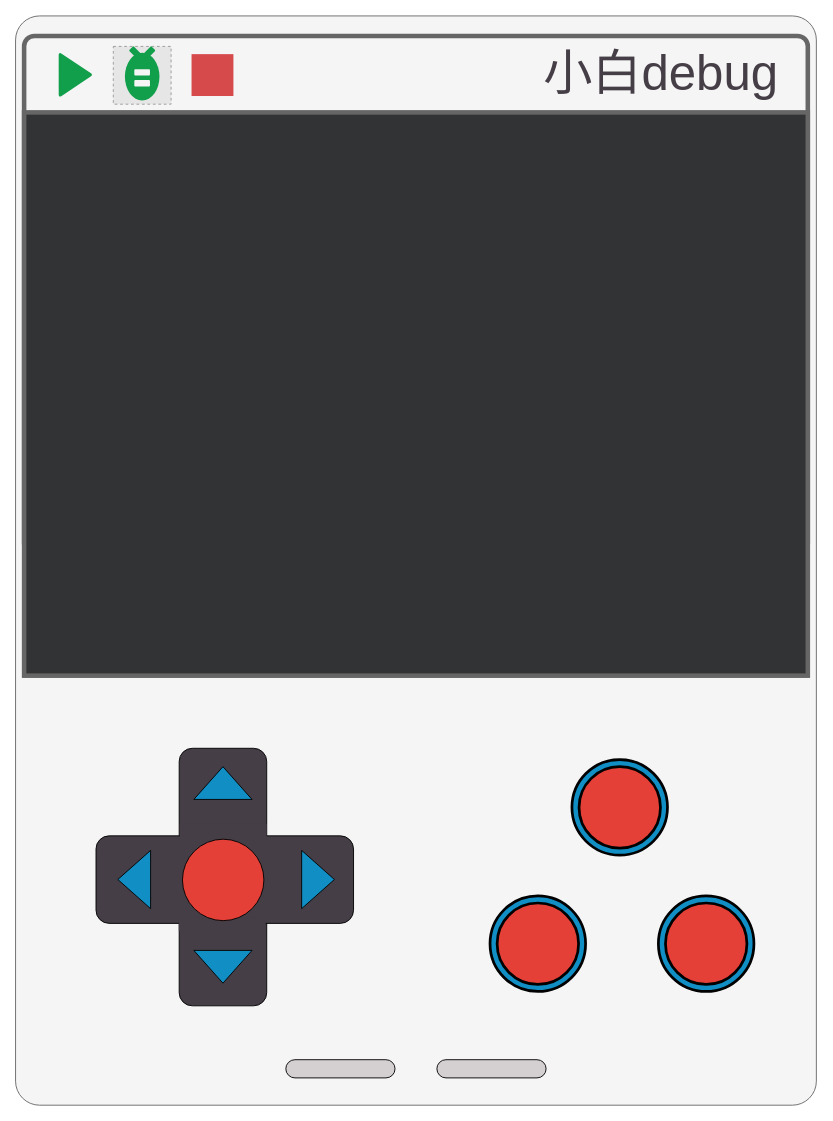
This is network/视频窗口-游戏机.drawio from xiaobaiTech/image, a draw.io file, before an edit. Source tidied: cells renumbered, new cells numbered last; positions are measured from the earlier drawing's top-left corner, leaving out a move shared by most shapes. Both pictures are drawn from the tidied source at 91%, with x=0, y=0 at pixel (15, 15). Pictures stored in the file or linked from it are replaced by grey dashed boxes.
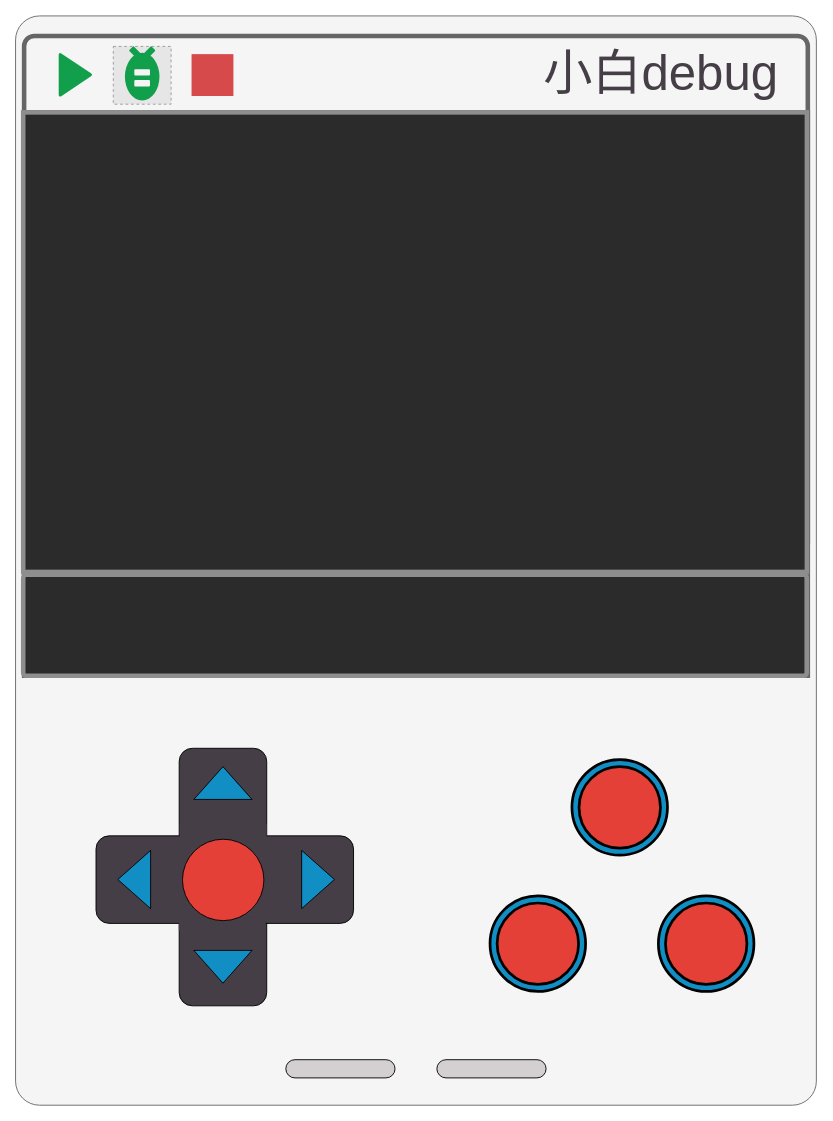
The same page after the edit.

Commit message:
更新视频窗口-游戏机.drawio

What changed in the source:
```diff
@@
-    <mxCell id="9" style="rounded=1;whiteSpace=wrap;html=1;strokeColor=none;fontColor=#333333;fillColor=#f5f5f5;" parent="1" vertex="1">
+    <mxCell id="9" style="rounded=1;whiteSpace=wrap;html=1;strokeColor=none;fontColor=#333333;fillColor=#F5F5F5;" parent="1" vertex="1">
       <mxGeometry x="130.1" y="58.5" width="17.2" height="7" as="geometry" />
     </mxCell>
@@
-    <mxCell id="13" style="rounded=1;whiteSpace=wrap;html=1;arcSize=0;strokeWidth=5;fillColor=#313335;strokeColor=#666666;fontColor=#333333;" parent="1" vertex="1">
+    <mxCell id="13" style="rounded=1;whiteSpace=wrap;html=1;arcSize=0;strokeWidth=5;fillColor=#f5f5f5;strokeColor=#666666;fontColor=#333333;" parent="1" vertex="1">
       <mxGeometry x="9" y="106" width="861.2" height="619" as="geometry" />
     </mxCell>
@@
+    <mxCell id="33" style="rounded=1;whiteSpace=wrap;html=1;arcSize=0;strokeWidth=5;fillColor=#2b2b2b;strokeColor=#8e8e8e;" parent="1" vertex="1">
+      <mxGeometry x="8" y="106" width="861.2" height="505" as="geometry" />
+    </mxCell>
+    <mxCell id="34" style="rounded=1;whiteSpace=wrap;html=1;arcSize=3;strokeWidth=5;fillColor=#2b2b2b;strokeColor=#8e8e8e;" parent="1" vertex="1">
+      <mxGeometry x="8" y="614" width="861" height="111" as="geometry" />
+    </mxCell>
```
